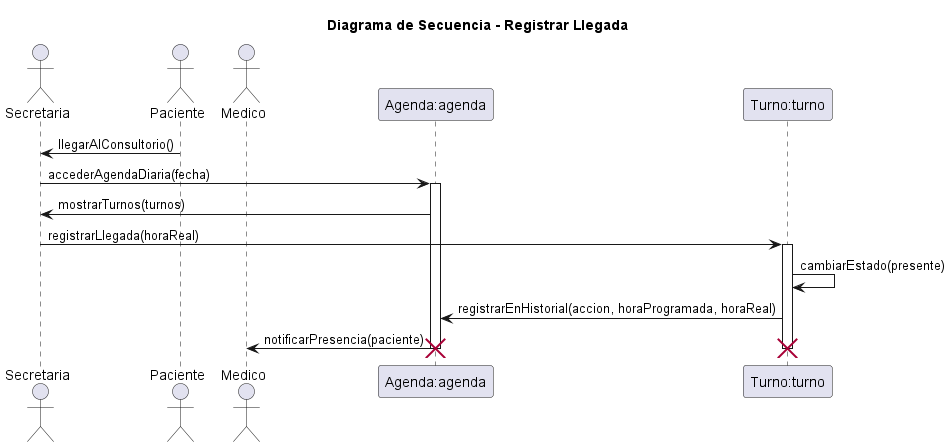
Before: diagramas/05-diagramas-secuencia/05-secuencia-registrar-llegada-04.png, a diagram exported from PlantUML (eternalnight04/SistemaTurnosMedicos).
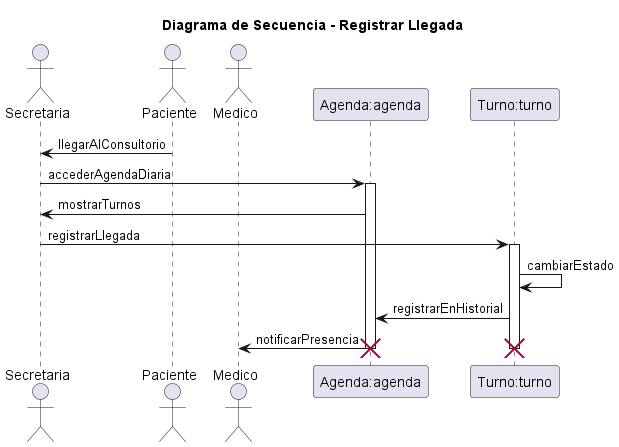
After the commit.

Diff of the diagram source:
```diff
@@ -1,4 +1,4 @@
-@startuml 05-diagrama-secuencia-registrar-llegada-04
+@startuml 05-secuencia-registrar-llegada-04
 
 title Diagrama de Secuencia - Registrar Llegada
 
@@ -8,19 +8,19 @@
 participant "Agenda:agenda" as agenda
 participant "Turno:turno" as turno
 
-paciente -> secretaria: llegarAlConsultorio()
+paciente -> secretaria: llegarAlConsultorio
 
-secretaria -> agenda: accederAgendaDiaria(fecha)
+secretaria -> agenda: accederAgendaDiaria
 activate agenda
 
-agenda -> secretaria: mostrarTurnos(turnos)
-secretaria -> turno: registrarLlegada(horaReal)
+agenda -> secretaria: mostrarTurnos
+secretaria -> turno: registrarLlegada
 activate turno
 
-turno -> turno: cambiarEstado(presente)
-turno -> agenda: registrarEnHistorial(accion, horaProgramada, horaReal)
+turno -> turno: cambiarEstado
+turno -> agenda: registrarEnHistorial
 
-agenda -> medico: notificarPresencia(paciente)
+agenda -> medico: notificarPresencia
 
 deactivate turno
 deactivate agenda
```
